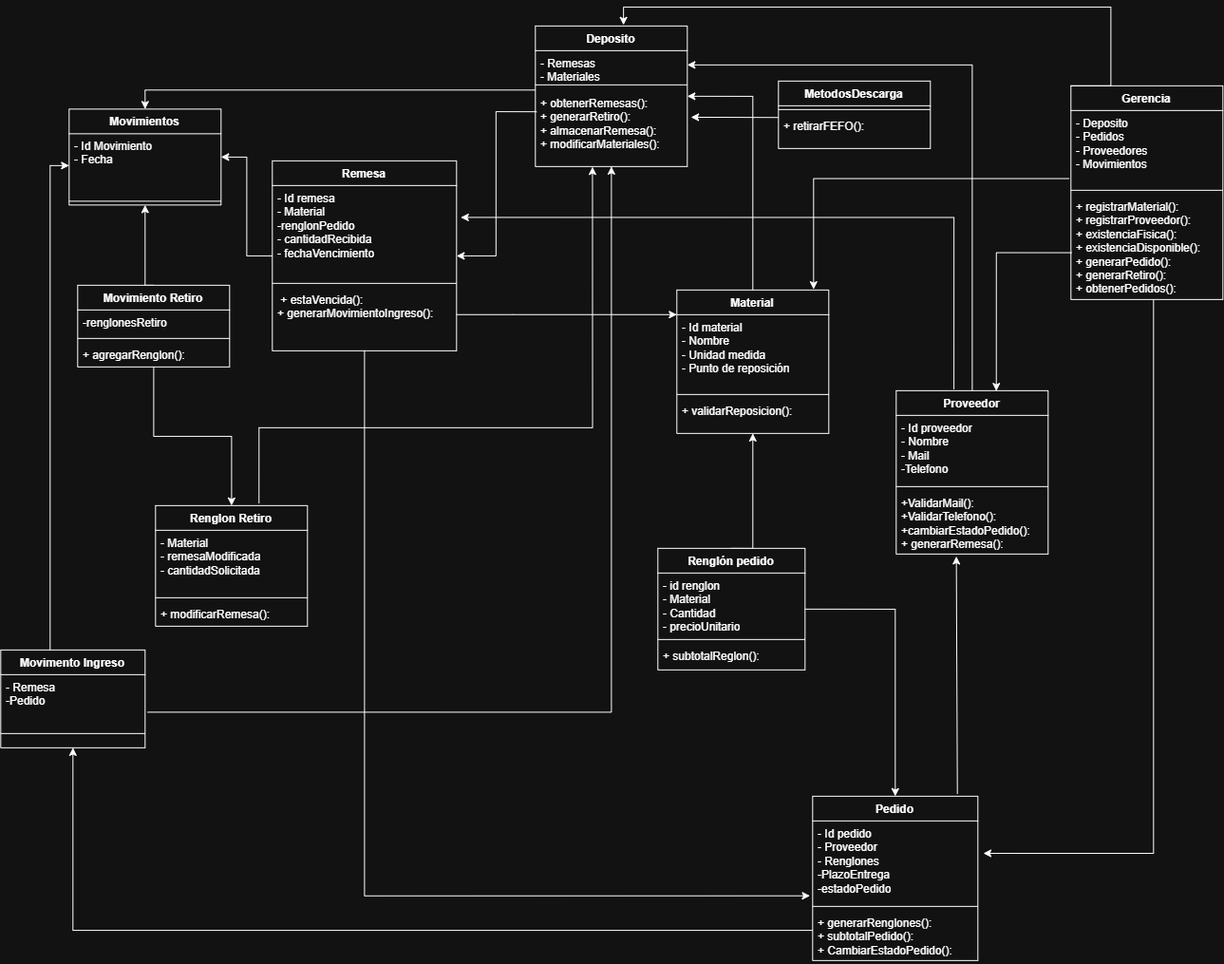
This is UML-Inventario.drawio.png from cmondrzak/tp-inventario-jit-trazabilidad, a draw.io export, as it was before one commit. Source tidied: cells renumbered, new cells last; positions are measured from the earlier drawing's top-left corner, leaving out a move shared by most shapes.
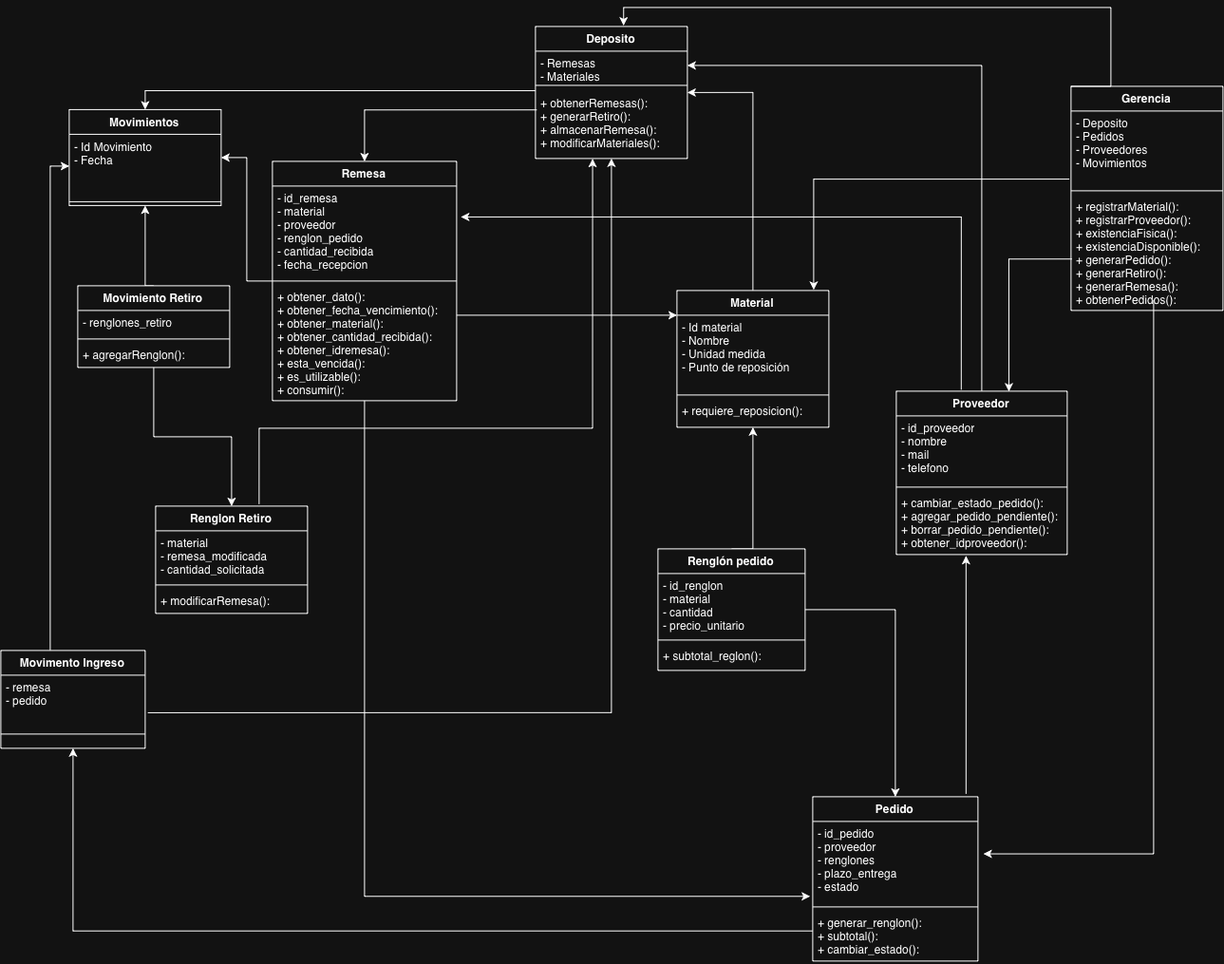
Later version of the same file.

Commit message:
actualizacion UML

The edit, as a diff of the source:
```diff
@@ -15,3 +15,3 @@
     <mxCell id="4" value="Deposito" style="swimlane;fontStyle=1;align=center;verticalAlign=top;horizontal=1;startSize=26;whiteSpace=wrap;html=1;" parent="1" vertex="1">
-      <mxGeometry x="563" y="20" width="160" height="148" as="geometry" />
+      <mxGeometry x="563" y="20" width="160" height="139" as="geometry" />
     </mxCell>
@@ -24,3 +24,3 @@
     <mxCell id="7" value="&lt;div&gt;+ obtenerRemesas():&lt;/div&gt;&lt;div&gt;+ generarRetiro():&lt;br&gt;&lt;/div&gt;&lt;div&gt;&lt;span style=&quot;background-color: transparent; color: light-dark(rgb(0, 0, 0), rgb(255, 255, 255));&quot;&gt;+ almacenarRemesa():&lt;/span&gt;&lt;/div&gt;&lt;div&gt;&lt;span style=&quot;background-color: transparent; color: light-dark(rgb(0, 0, 0), rgb(255, 255, 255));&quot;&gt;+ modificarMateriales():&lt;/span&gt;&lt;/div&gt;&lt;div&gt;&lt;span style=&quot;background-color: transparent; color: light-dark(rgb(0, 0, 0), rgb(255, 255, 255));&quot;&gt;&lt;br&gt;&lt;/span&gt;&lt;/div&gt;" style="text;strokeColor=none;fillColor=none;align=left;verticalAlign=top;spacingLeft=4;spacingRight=4;overflow=hidden;points=[[0,0.5],[1,0.5]];portConstraint=eastwest;whiteSpace=wrap;html=1;" parent="4" vertex="1">
-      <mxGeometry y="68" width="160" height="80" as="geometry" />
+      <mxGeometry y="68" width="160" height="71" as="geometry" />
     </mxCell>
@@ -30,3 +30,3 @@
     <mxCell id="9" value="Material" style="swimlane;fontStyle=1;align=center;verticalAlign=top;horizontal=1;startSize=26;whiteSpace=wrap;html=1;" parent="1" vertex="1">
-      <mxGeometry x="712" y="298" width="160" height="151" as="geometry" />
+      <mxGeometry x="712" y="298" width="160" height="144" as="geometry" />
     </mxCell>
@@ -38,4 +38,4 @@
     </mxCell>
-    <mxCell id="12" value="+ validarReposicion():&lt;span style=&quot;background-color: transparent; color: light-dark(rgb(0, 0, 0), rgb(255, 255, 255));&quot;&gt;&amp;nbsp;&lt;/span&gt;" style="text;strokeColor=none;fillColor=none;align=left;verticalAlign=top;spacingLeft=4;spacingRight=4;overflow=hidden;whiteSpace=wrap;html=1;" parent="9" vertex="1">
-      <mxGeometry y="114" width="160" height="37" as="geometry" />
+    <mxCell id="12" value="+ requiere_reposicion():" style="text;strokeColor=none;fillColor=none;align=left;verticalAlign=top;spacingLeft=4;spacingRight=4;overflow=hidden;whiteSpace=wrap;html=1;" parent="9" vertex="1">
+      <mxGeometry y="114" width="160" height="30" as="geometry" />
     </mxCell>
@@ -53,12 +53,12 @@
     <mxCell id="15" value="Remesa" style="swimlane;fontStyle=1;align=center;verticalAlign=top;horizontal=1;startSize=26;whiteSpace=wrap;html=1;" parent="1" vertex="1">
-      <mxGeometry x="286" y="162" width="194" height="200" as="geometry" />
+      <mxGeometry x="286" y="162" width="194" height="252" as="geometry" />
     </mxCell>
-    <mxCell id="16" value="- Id remesa&lt;div&gt;- Material&lt;/div&gt;&lt;div&gt;-renglonPedido&lt;/div&gt;&lt;div&gt;- cantidadRecibida&lt;/div&gt;&lt;div&gt;- fechaVencimiento&lt;/div&gt;" style="text;strokeColor=none;fillColor=none;align=left;verticalAlign=top;spacingLeft=4;spacingRight=4;overflow=hidden;points=[[0,0.5],[1,0.5]];portConstraint=eastwest;whiteSpace=wrap;html=1;" parent="15" vertex="1">
-      <mxGeometry y="26" width="194" height="99" as="geometry" />
+    <mxCell id="16" value="- id_remesa&lt;div&gt;- material&lt;/div&gt;&lt;div&gt;- proveedor&lt;/div&gt;&lt;div&gt;- renglon_pedido&lt;/div&gt;&lt;div&gt;- cantidad_recibida&lt;/div&gt;&lt;div&gt;- fecha_recepcion&lt;/div&gt;" style="text;strokeColor=none;fillColor=none;align=left;verticalAlign=top;spacingLeft=4;spacingRight=4;overflow=hidden;points=[[0,0.5],[1,0.5]];portConstraint=eastwest;whiteSpace=wrap;html=1;" parent="15" vertex="1">
+      <mxGeometry y="26" width="194" height="96" as="geometry" />
     </mxCell>
     <mxCell id="17" style="line;strokeWidth=1;fillColor=none;align=left;verticalAlign=middle;spacingTop=-1;spacingLeft=3;spacingRight=3;labelPosition=right;strokeColor=inherit;" parent="15" vertex="1">
-      <mxGeometry y="125" width="194" height="8" as="geometry" />
+      <mxGeometry y="122" width="194" height="8" as="geometry" />
     </mxCell>
-    <mxCell id="18" value="&lt;div&gt;&amp;nbsp;&lt;span style=&quot;background-color: transparent; color: light-dark(rgb(0, 0, 0), rgb(255, 255, 255));&quot;&gt;+ estaVencida():&lt;/span&gt;&lt;/div&gt;&lt;div&gt;+ generarMovimientoIngreso():&lt;/div&gt;&lt;div&gt;&lt;br&gt;&lt;/div&gt;" style="text;strokeColor=none;fillColor=none;align=left;verticalAlign=top;spacingLeft=4;spacingRight=4;overflow=hidden;whiteSpace=wrap;html=1;" parent="15" vertex="1">
-      <mxGeometry y="133" width="194" height="67" as="geometry" />
+    <mxCell id="18" value="&lt;div&gt;&lt;span style=&quot;background-color: transparent; color: light-dark(rgb(0, 0, 0), rgb(255, 255, 255));&quot;&gt;+ obtener_dato():&lt;/span&gt;&lt;/div&gt;&lt;div&gt;&lt;span style=&quot;background-color: transparent; color: light-dark(rgb(0, 0, 0), rgb(255, 255, 255));&quot;&gt;+ obtener_fecha_vencimiento():&lt;/span&gt;&lt;/div&gt;&lt;div&gt;&lt;span style=&quot;background-color: transparent; color: light-dark(rgb(0, 0, 0), rgb(255, 255, 255));&quot;&gt;+ obtener_material():&lt;/span&gt;&lt;/div&gt;&lt;div&gt;&lt;span style=&quot;background-color: transparent; color: light-dark(rgb(0, 0, 0), rgb(255, 255, 255));&quot;&gt;+ obtener_cantidad_recibida():&lt;/span&gt;&lt;/div&gt;&lt;div&gt;&lt;span style=&quot;background-color: transparent; color: light-dark(rgb(0, 0, 0), rgb(255, 255, 255));&quot;&gt;+ obtener_idremesa():&lt;/span&gt;&lt;/div&gt;&lt;div&gt;&lt;span style=&quot;background-color: transparent; color: light-dark(rgb(0, 0, 0), rgb(255, 255, 255));&quot;&gt;+ esta_vencida():&lt;/span&gt;&lt;/div&gt;&lt;div&gt;&lt;span style=&quot;background-color: transparent; color: light-dark(rgb(0, 0, 0), rgb(255, 255, 255));&quot;&gt;+ es_utilizable():&lt;/span&gt;&lt;/div&gt;&lt;div&gt;+ consumir():&lt;/div&gt;&lt;div&gt;&lt;br&gt;&lt;/div&gt;" style="text;strokeColor=none;fillColor=none;align=left;verticalAlign=top;spacingLeft=4;spacingRight=4;overflow=hidden;whiteSpace=wrap;html=1;" parent="15" vertex="1">
+      <mxGeometry y="130" width="194" height="122" as="geometry" />
     </mxCell>
@@ -74,3 +74,3 @@
     </mxCell>
-    <mxCell id="21" value="- Id pedido&lt;div&gt;- Proveedor&lt;/div&gt;&lt;div&gt;- Renglones&lt;/div&gt;&lt;div&gt;-PlazoEntrega&lt;/div&gt;&lt;div&gt;-estadoPedido&lt;/div&gt;" style="text;strokeColor=none;fillColor=none;align=left;verticalAlign=top;spacingLeft=4;spacingRight=4;overflow=hidden;points=[[0,0.5],[1,0.5]];portConstraint=eastwest;whiteSpace=wrap;html=1;" parent="20" vertex="1">
+    <mxCell id="21" value="- id_pedido&lt;div&gt;- proveedor&lt;/div&gt;&lt;div&gt;- renglones&lt;/div&gt;&lt;div&gt;- plazo_entrega&lt;/div&gt;&lt;div&gt;- estado&lt;/div&gt;" style="text;strokeColor=none;fillColor=none;align=left;verticalAlign=top;spacingLeft=4;spacingRight=4;overflow=hidden;points=[[0,0.5],[1,0.5]];portConstraint=eastwest;whiteSpace=wrap;html=1;" parent="20" vertex="1">
       <mxGeometry y="26" width="174" height="86" as="geometry" />
@@ -80,3 +80,3 @@
     </mxCell>
-    <mxCell id="23" value="+ generarRenglones():&lt;div&gt;+ subtotalPedido():&lt;/div&gt;&lt;div&gt;+ CambiarEstadoPedido():&lt;/div&gt;" style="text;strokeColor=none;fillColor=none;align=left;verticalAlign=top;spacingLeft=4;spacingRight=4;overflow=hidden;whiteSpace=wrap;html=1;" parent="20" vertex="1">
+    <mxCell id="23" value="+ generar_renglon():&lt;div&gt;+ subtotal():&lt;/div&gt;&lt;div&gt;+ cambiar_estado():&lt;/div&gt;" style="text;strokeColor=none;fillColor=none;align=left;verticalAlign=top;spacingLeft=4;spacingRight=4;overflow=hidden;whiteSpace=wrap;html=1;" parent="20" vertex="1">
       <mxGeometry y="120" width="174" height="53" as="geometry" />
@@ -105,3 +105,3 @@
     </mxCell>
-    <mxCell id="30" value="- id renglon&amp;nbsp;&lt;div&gt;- Material&amp;nbsp;&lt;div&gt;- Cantidad&lt;/div&gt;&lt;div&gt;- precioUnitario&lt;/div&gt;&lt;/div&gt;" style="text;strokeColor=none;fillColor=none;align=left;verticalAlign=top;spacingLeft=4;spacingRight=4;overflow=hidden;whiteSpace=wrap;html=1;" parent="29" vertex="1">
+    <mxCell id="30" value="- id_renglon&amp;nbsp;&lt;div&gt;- material&amp;nbsp;&lt;div&gt;- cantidad&lt;/div&gt;&lt;div&gt;- precio_unitario&lt;/div&gt;&lt;/div&gt;" style="text;strokeColor=none;fillColor=none;align=left;verticalAlign=top;spacingLeft=4;spacingRight=4;overflow=hidden;whiteSpace=wrap;html=1;" parent="29" vertex="1">
       <mxGeometry y="26" width="155" height="66" as="geometry" />
@@ -111,3 +111,3 @@
     </mxCell>
-    <mxCell id="32" value="+ subtotalReglon():&lt;div&gt;&lt;br&gt;&lt;/div&gt;" style="text;strokeColor=none;fillColor=none;align=left;verticalAlign=top;spacingLeft=4;spacingRight=4;overflow=hidden;whiteSpace=wrap;html=1;" parent="29" vertex="1">
+    <mxCell id="32" value="+ subtotal_reglon():&lt;div&gt;&lt;br&gt;&lt;/div&gt;" style="text;strokeColor=none;fillColor=none;align=left;verticalAlign=top;spacingLeft=4;spacingRight=4;overflow=hidden;whiteSpace=wrap;html=1;" parent="29" vertex="1">
       <mxGeometry y="100" width="155" height="28" as="geometry" />
@@ -127,3 +127,3 @@
     </mxCell>
-    <mxCell id="36" value="-renglonesRetiro" style="text;strokeColor=none;fillColor=none;align=left;verticalAlign=top;spacingLeft=4;spacingRight=4;overflow=hidden;whiteSpace=wrap;html=1;" parent="35" vertex="1">
+    <mxCell id="36" value="- renglones_retiro" style="text;strokeColor=none;fillColor=none;align=left;verticalAlign=top;spacingLeft=4;spacingRight=4;overflow=hidden;whiteSpace=wrap;html=1;" parent="35" vertex="1">
       <mxGeometry y="26" width="160" height="26" as="geometry" />
@@ -149,3 +149,3 @@
     </mxCell>
-    <mxCell id="42" value="&lt;div&gt;- Remesa&lt;/div&gt;&lt;div&gt;-Pedido&lt;/div&gt;" style="text;strokeColor=none;fillColor=none;align=left;verticalAlign=top;spacingLeft=4;spacingRight=4;overflow=hidden;points=[[0,0.5],[1,0.5]];portConstraint=eastwest;whiteSpace=wrap;html=1;" parent="41" vertex="1">
+    <mxCell id="42" value="&lt;div&gt;- remesa&lt;/div&gt;&lt;div&gt;- pedido&lt;/div&gt;" style="text;strokeColor=none;fillColor=none;align=left;verticalAlign=top;spacingLeft=4;spacingRight=4;overflow=hidden;points=[[0,0.5],[1,0.5]];portConstraint=eastwest;whiteSpace=wrap;html=1;" parent="41" vertex="1">
       <mxGeometry y="26" width="152" height="47" as="geometry" />
@@ -159,12 +159,12 @@
     <mxCell id="45" value="Proveedor" style="swimlane;fontStyle=1;align=center;verticalAlign=top;horizontal=1;startSize=26;whiteSpace=wrap;html=1;" parent="1" vertex="1">
-      <mxGeometry x="943" y="404" width="160" height="172" as="geometry" />
+      <mxGeometry x="943" y="404" width="180" height="172" as="geometry" />
     </mxCell>
-    <mxCell id="46" value="- Id proveedor&lt;div&gt;- Nombre&lt;/div&gt;&lt;div&gt;- Mail&lt;/div&gt;&lt;div&gt;-Telefono&lt;/div&gt;" style="text;strokeColor=none;fillColor=none;align=left;verticalAlign=top;spacingLeft=4;spacingRight=4;overflow=hidden;whiteSpace=wrap;html=1;" parent="45" vertex="1">
-      <mxGeometry y="26" width="160" height="71" as="geometry" />
+    <mxCell id="46" value="- id_proveedor&lt;div&gt;- nombre&lt;/div&gt;&lt;div&gt;- mail&lt;/div&gt;&lt;div&gt;- telefono&lt;/div&gt;" style="text;strokeColor=none;fillColor=none;align=left;verticalAlign=top;spacingLeft=4;spacingRight=4;overflow=hidden;whiteSpace=wrap;html=1;" parent="45" vertex="1">
+      <mxGeometry y="26" width="180" height="71" as="geometry" />
     </mxCell>
     <mxCell id="47" style="line;strokeWidth=1;fillColor=none;align=left;verticalAlign=middle;spacingTop=-1;spacingLeft=3;spacingRight=3;labelPosition=right;strokeColor=inherit;" parent="45" vertex="1">
-      <mxGeometry y="97" width="160" height="8" as="geometry" />
+      <mxGeometry y="97" width="180" height="8" as="geometry" />
     </mxCell>
-    <mxCell id="48" value="+ValidarMail():&lt;div&gt;+ValidarTelefono():&lt;/div&gt;&lt;div&gt;+cambiarEstadoPedido():&lt;/div&gt;&lt;div&gt;+ generarRemesa():&lt;/div&gt;" style="text;strokeColor=none;fillColor=none;align=left;verticalAlign=top;spacingLeft=4;spacingRight=4;overflow=hidden;points=[[0,0.5],[1,0.5]];portConstraint=eastwest;whiteSpace=wrap;html=1;" parent="45" vertex="1">
-      <mxGeometry y="105" width="160" height="67" as="geometry" />
+    <mxCell id="48" value="&lt;div&gt;+ cambiar_estado_pedido():&lt;/div&gt;&lt;div&gt;+ agregar_pedido_pendiente():&lt;/div&gt;&lt;div&gt;+ borrar_pedido_pendiente():&lt;/div&gt;&lt;div&gt;+ obtener_idproveedor():&lt;/div&gt;" style="text;strokeColor=none;fillColor=none;align=left;verticalAlign=top;spacingLeft=4;spacingRight=4;overflow=hidden;points=[[0,0.5],[1,0.5]];portConstraint=eastwest;whiteSpace=wrap;html=1;" parent="45" vertex="1">
+      <mxGeometry y="105" width="180" height="67" as="geometry" />
     </mxCell>
@@ -179,12 +179,12 @@
     <mxCell id="50" value="Renglon Retiro" style="swimlane;fontStyle=1;align=center;verticalAlign=top;horizontal=1;startSize=26;whiteSpace=wrap;html=1;" parent="1" vertex="1">
-      <mxGeometry x="163" y="525" width="160" height="127" as="geometry" />
+      <mxGeometry x="163" y="525" width="160" height="113" as="geometry" />
     </mxCell>
-    <mxCell id="51" value="- Material&lt;div&gt;- remesaModificada&lt;/div&gt;&lt;div&gt;- cantidadSolicitada&lt;/div&gt;" style="text;strokeColor=none;fillColor=none;align=left;verticalAlign=top;spacingLeft=4;spacingRight=4;overflow=hidden;whiteSpace=wrap;html=1;" parent="50" vertex="1">
-      <mxGeometry y="26" width="160" height="67" as="geometry" />
+    <mxCell id="51" value="- material&lt;div&gt;- remesa_modificada&lt;/div&gt;&lt;div&gt;- cantidad_solicitada&lt;/div&gt;" style="text;strokeColor=none;fillColor=none;align=left;verticalAlign=top;spacingLeft=4;spacingRight=4;overflow=hidden;whiteSpace=wrap;html=1;" parent="50" vertex="1">
+      <mxGeometry y="26" width="160" height="53" as="geometry" />
     </mxCell>
     <mxCell id="52" style="line;strokeWidth=1;fillColor=none;align=left;verticalAlign=middle;spacingTop=-1;spacingLeft=3;spacingRight=3;labelPosition=right;strokeColor=inherit;" parent="50" vertex="1">
-      <mxGeometry y="93" width="160" height="8" as="geometry" />
+      <mxGeometry y="79" width="160" height="8" as="geometry" />
     </mxCell>
     <mxCell id="53" value="+ modificarRemesa():" style="text;strokeColor=none;fillColor=none;align=left;verticalAlign=top;spacingLeft=4;spacingRight=4;overflow=hidden;whiteSpace=wrap;html=1;" parent="50" vertex="1">
-      <mxGeometry y="101" width="160" height="26" as="geometry" />
+      <mxGeometry y="87" width="160" height="26" as="geometry" />
     </mxCell>
@@ -194,3 +194,3 @@
     <mxCell id="55" value="Gerencia" style="swimlane;fontStyle=1;align=center;verticalAlign=top;horizontal=1;startSize=26;whiteSpace=wrap;html=1;" parent="1" vertex="1">
-      <mxGeometry x="1127" y="83" width="160" height="225" as="geometry" />
+      <mxGeometry x="1127" y="83" width="160" height="236" as="geometry" />
     </mxCell>
@@ -202,4 +202,4 @@
     </mxCell>
-    <mxCell id="58" value="+ registrarMaterial():&lt;div&gt;+ registrarProveedor():&lt;/div&gt;&lt;div&gt;+ existenciaFisica():&lt;/div&gt;&lt;div&gt;+ existenciaDisponible():&lt;/div&gt;&lt;div&gt;+ generarPedido():&lt;/div&gt;&lt;div&gt;+ generarRetiro():&lt;/div&gt;&lt;div&gt;+ obtenerPedidos():&lt;/div&gt;" style="text;strokeColor=none;fillColor=none;align=left;verticalAlign=top;spacingLeft=4;spacingRight=4;overflow=hidden;points=[[0,0.5],[1,0.5]];portConstraint=eastwest;whiteSpace=wrap;html=1;" parent="55" vertex="1">
-      <mxGeometry y="114" width="160" height="111" as="geometry" />
+    <mxCell id="58" value="+ registrarMaterial():&lt;div&gt;+ registrarProveedor():&lt;/div&gt;&lt;div&gt;+ existenciaFisica():&lt;/div&gt;&lt;div&gt;+ existenciaDisponible():&lt;/div&gt;&lt;div&gt;+ generarPedido():&lt;/div&gt;&lt;div&gt;+ generarRetiro():&lt;/div&gt;&lt;div&gt;+ generarRemesa():&lt;br&gt;&lt;/div&gt;&lt;div&gt;+ obtenerPedidos():&lt;/div&gt;" style="text;strokeColor=none;fillColor=none;align=left;verticalAlign=top;spacingLeft=4;spacingRight=4;overflow=hidden;points=[[0,0.5],[1,0.5]];portConstraint=eastwest;whiteSpace=wrap;html=1;" parent="55" vertex="1">
+      <mxGeometry y="114" width="160" height="122" as="geometry" />
     </mxCell>
@@ -214,5 +214,5 @@
     </mxCell>
-    <mxCell id="60" style="endArrow=classic;html=1;rounded=0;exitX=0.876;exitY=-0.014;exitDx=0;exitDy=0;exitPerimeter=0;" parent="1" edge="1" source="20">
+    <mxCell id="60" style="endArrow=classic;html=1;rounded=0;entryX=0.408;entryY=1.02;entryDx=0;entryDy=0;entryPerimeter=0;" parent="1" edge="1" target="48">
       <mxGeometry relative="1" as="geometry">
-        <mxPoint x="1006.3" y="578.5" as="targetPoint" />
+        <mxPoint x="1016.4" y="828" as="sourcePoint" />
       </mxGeometry>
@@ -233,14 +233,2 @@
     </mxCell>
-    <mxCell id="65" value="MetodosDescarga" style="swimlane;fontStyle=1;align=center;verticalAlign=top;horizontal=1;startSize=26;whiteSpace=wrap;html=1;" parent="1" vertex="1">
-      <mxGeometry x="819" y="78" width="160" height="71" as="geometry" />
-    </mxCell>
-    <mxCell id="66" style="line;strokeWidth=1;fillColor=none;align=left;verticalAlign=middle;spacingTop=-1;spacingLeft=3;spacingRight=3;labelPosition=right;strokeColor=inherit;" parent="65" vertex="1">
-      <mxGeometry y="26" width="160" height="8" as="geometry" />
-    </mxCell>
-    <mxCell id="67" value="+ retirarFEFO():" style="text;strokeColor=none;fillColor=none;align=left;verticalAlign=top;spacingLeft=4;spacingRight=4;overflow=hidden;points=[[0,0.5],[1,0.5]];portConstraint=eastwest;whiteSpace=wrap;html=1;" parent="65" vertex="1">
-      <mxGeometry y="34" width="160" height="37" as="geometry" />
-    </mxCell>
-    <mxCell id="68" style="edgeStyle=none;rounded=0;jettySize=auto;html=1;entryX=1.024;entryY=0.351;entryDx=0;entryDy=0;entryPerimeter=0;exitX=-0.001;exitY=0.118;exitDx=0;exitDy=0;exitPerimeter=0;" parent="1" edge="1" source="67" target="7">
-      <mxGeometry relative="1" as="geometry" />
-    </mxCell>
   </root>
```
